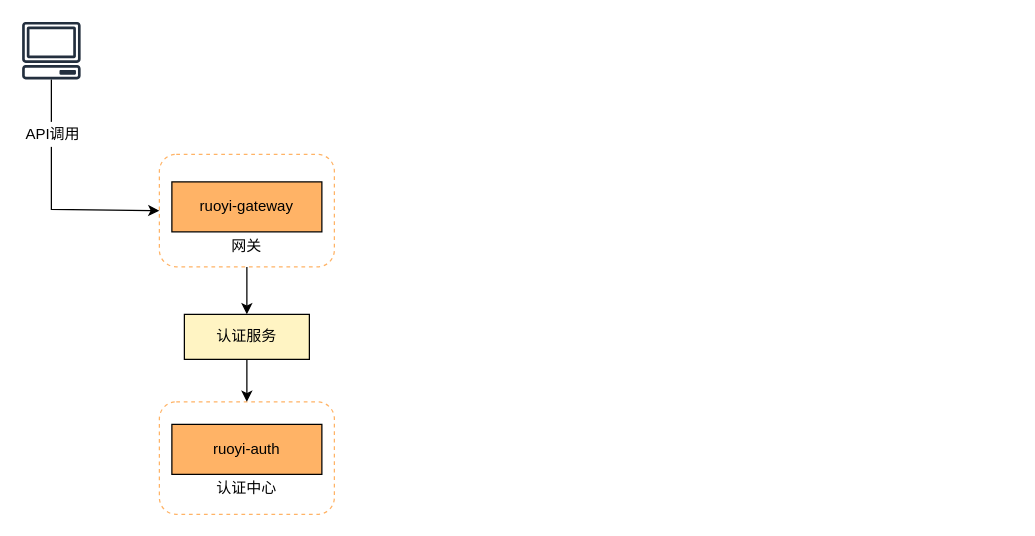
Before: Untitled Diagram.drawio in wz0990/android-Camera2Basic, a draw.io diagram. Source tidied: cells renumbered, new cells numbered last; positions are measured from the earlier drawing's top-left corner, leaving out a move shared by most shapes. Both pictures are drawn from the tidied source at 125%, with x=0, y=0 at pixel (21, 21).
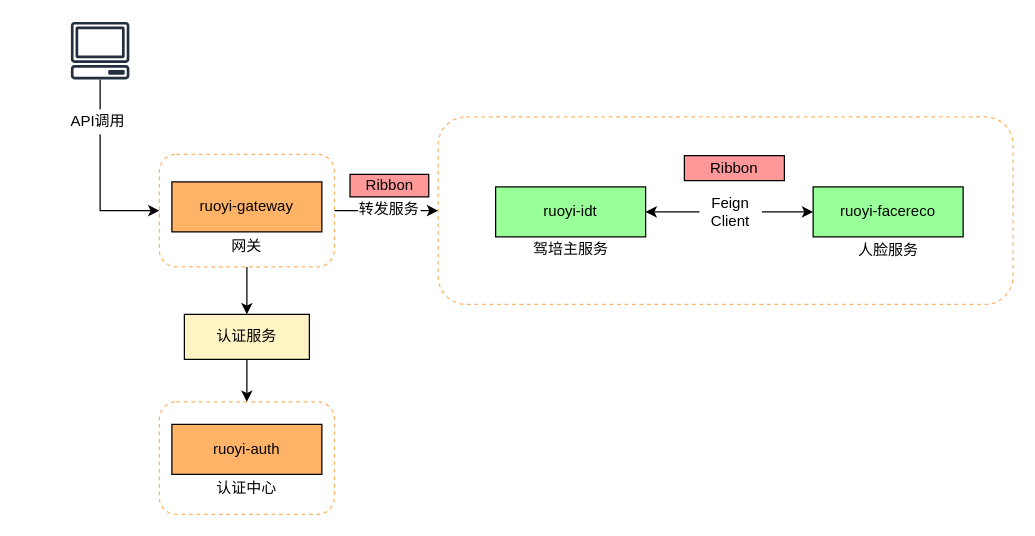
The same diagram, later.

The change refers to these unchanged cells:
```xml
<mxCell id="4" style="rounded=1;whiteSpace=wrap;html=1;shadow=0;fillColor=#FFFFFF;dashed=1;strokeWidth=1;strokeColor=#FFB366;" parent="1" vertex="1">
  <mxGeometry x="110" y="106" width="140" height="90" as="geometry" />
</mxCell>
```

What changed in the source:
```diff
@@
+    <mxCell id="14" style="rounded=1;whiteSpace=wrap;html=1;shadow=0;fillColor=#FFFFFF;dashed=1;strokeWidth=1;strokeColor=#FFB366;" parent="1" vertex="1">
+      <mxGeometry x="333" y="76" width="460" height="150" as="geometry" />
+    </mxCell>
@@
+    <mxCell id="15" style="edgeStyle=orthogonalEdgeStyle;rounded=0;jettySize=auto;html=1;startArrow=none;startFill=0;entryX=0;entryY=0.5;entryDx=0;entryDy=0;" parent="1" edge="1" source="4" target="14">
+      <mxGeometry relative="1" as="geometry" />
+    </mxCell>
@@
-    <mxCell id="5" style="edgeStyle=orthogonalEdgeStyle;rounded=0;jettySize=auto;html=1;entryX=0;entryY=0.5;entryDx=0;entryDy=0;" parent="1" edge="1" source="6" target="4">
+    <mxCell id="5" style="edgeStyle=orthogonalEdgeStyle;rounded=0;jettySize=auto;html=1;entryX=0;entryY=0.5;entryDx=0;entryDy=0;startArrow=none;startFill=0;" parent="1" edge="1" source="6" target="4">
       <mxGeometry relative="1" as="geometry">
         <Array as="points">
-          <mxPoint x="24" y="150" />
-          <mxPoint x="110" y="150" />
+          <mxPoint x="63" y="151" />
         </Array>
       </mxGeometry>
     </mxCell>
     <mxCell id="6" style="outlineConnect=0;fontColor=#232F3E;gradientColor=none;fillColor=#232F3E;strokeColor=none;dashed=0;verticalLabelPosition=bottom;verticalAlign=top;align=center;html=1;fontSize=12;fontStyle=0;shape=mxgraph.aws4.client;" parent="1" vertex="1">
-      <mxGeometry width="47.2" height="46" as="geometry" />
+      <mxGeometry x="39" width="47.2" height="46" as="geometry" />
     </mxCell>
@@
     <mxCell id="9" value="API调用" style="text;html=1;strokeColor=none;fillColor=#FFFFFF;align=center;verticalAlign=middle;whiteSpace=wrap;rounded=0;shadow=0;" parent="1" vertex="1">
-      <mxGeometry y="80" width="50" height="20" as="geometry" />
+      <mxGeometry x="36" y="70" width="50" height="20" as="geometry" />
     </mxCell>
@@
+    <mxCell id="16" style="edgeStyle=orthogonalEdgeStyle;rounded=0;jettySize=auto;html=1;startArrow=classic;startFill=1;" parent="1" edge="1" source="17" target="19">
+      <mxGeometry relative="1" as="geometry" />
+    </mxCell>
+    <mxCell id="17" value="ruoyi-idt" style="rounded=0;whiteSpace=wrap;html=1;fillColor=#99FF99;" parent="1" vertex="1">
+      <mxGeometry x="379" y="132" width="120" height="40" as="geometry" />
+    </mxCell>
+    <mxCell id="18" value="驾培主服务" style="text;html=1;strokeColor=none;fillColor=none;align=center;verticalAlign=middle;whiteSpace=wrap;rounded=0;" parent="1" vertex="1">
+      <mxGeometry x="406.5" y="172" width="65" height="20" as="geometry" />
+    </mxCell>
+    <mxCell id="19" value="ruoyi-facereco" style="rounded=0;whiteSpace=wrap;html=1;fillColor=#99FF99;" parent="1" vertex="1">
+      <mxGeometry x="633" y="132" width="120" height="40" as="geometry" />
+    </mxCell>
+    <mxCell id="20" value="Feign Client" style="text;html=1;strokeColor=none;fillColor=#FFFFFF;align=center;verticalAlign=middle;whiteSpace=wrap;rounded=0;shadow=0;" parent="1" vertex="1">
+      <mxGeometry x="542" y="142" width="50" height="20" as="geometry" />
+    </mxCell>
+    <mxCell id="21" value="Ribbon" style="rounded=0;whiteSpace=wrap;html=1;fillColor=#FF9999;" parent="1" vertex="1">
+      <mxGeometry x="530" y="107" width="80" height="20" as="geometry" />
+    </mxCell>
+    <mxCell id="22" value="人脸服务" style="text;html=1;strokeColor=none;fillColor=none;align=center;verticalAlign=middle;whiteSpace=wrap;rounded=0;" parent="1" vertex="1">
+      <mxGeometry x="660.5" y="173" width="65" height="20" as="geometry" />
+    </mxCell>
+    <mxCell id="23" value="转发服务" style="text;html=1;strokeColor=none;fillColor=#FFFFFF;align=center;verticalAlign=middle;whiteSpace=wrap;rounded=0;shadow=0;" parent="1" vertex="1">
+      <mxGeometry x="269" y="140" width="50" height="20" as="geometry" />
+    </mxCell>
+    <mxCell id="24" value="Ribbon" style="rounded=0;whiteSpace=wrap;html=1;fillColor=#FF9999;" parent="1" vertex="1">
+      <mxGeometry x="262.5" y="122" width="63" height="18" as="geometry" />
+    </mxCell>
```
